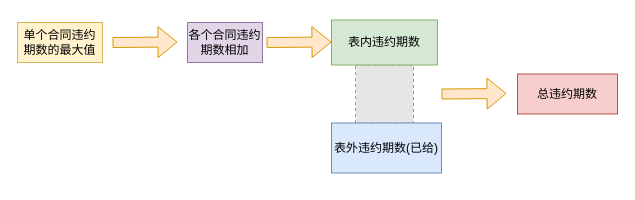
Above: 银行3.drawio in ThinkingXuan/draw (draw.io), before the change. Source tidied: cells renumbered, new cells numbered last; positions are measured from the earlier drawing's top-left corner, leaving out a move shared by most shapes. Both pictures are drawn from the tidied source at 100%, with x=0, y=0 at pixel (17, 20). Pictures stored in the file or linked from it are replaced by grey dashed boxes.
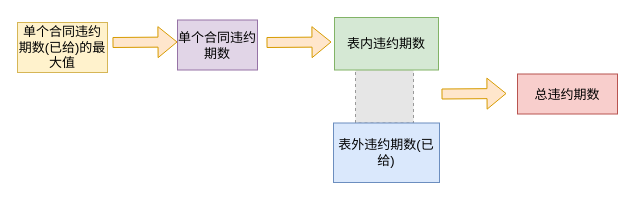
The same page after the edit.

Change to the diagram source:
```diff
@@
 <mxGraphModel>
   <root>
     <mxCell id="0" />
     <mxCell id="1" parent="0" />
-    <mxCell id="2" value="总违约期数" style="rounded=0;whiteSpace=wrap;html=1;fillColor=#f8cecc;strokeColor=#b85450;" parent="1" vertex="1">
+    <mxCell id="2" value="&lt;font style=&quot;font-size: 13px&quot;&gt;总违约期数&lt;/font&gt;" style="rounded=0;whiteSpace=wrap;html=1;fillColor=#f8cecc;strokeColor=#b85450;" parent="1" vertex="1">
       <mxGeometry x="500" y="53.5" width="100" height="40" as="geometry" />
     </mxCell>
     <mxCell id="3" style="fillColor=#E6E6E6;strokeColor=#999999;dashed=1;html=1;verticalAlign=top;verticalLabelPosition=bottom;labelBackgroundColor=#ffffff;" parent="1" vertex="1">
       <mxGeometry x="338" y="44.5" width="58" height="58" as="geometry" />
     </mxCell>
-    <mxCell id="4" value="表外违约期数(已给)" style="rounded=0;whiteSpace=wrap;html=1;fillColor=#dae8fc;strokeColor=#6c8ebf;" parent="1" vertex="1">
-      <mxGeometry x="314" y="102.5" width="110" height="50" as="geometry" />
+    <mxCell id="4" value="&lt;font style=&quot;font-size: 13px&quot;&gt;表外违约期数(已给)&lt;/font&gt;" style="rounded=0;whiteSpace=wrap;html=1;fillColor=#dae8fc;strokeColor=#6c8ebf;" parent="1" vertex="1">
+      <mxGeometry x="316" y="102.5" width="106" height="59.5" as="geometry" />
     </mxCell>
-    <mxCell id="5" value="表内违约期数" style="rounded=0;whiteSpace=wrap;html=1;fillColor=#d5e8d4;strokeColor=#82b366;" parent="1" vertex="1">
-      <mxGeometry x="314" y="-0.5" width="106" height="45" as="geometry" />
+    <mxCell id="5" value="&lt;font style=&quot;font-size: 13px&quot;&gt;表内违约期数&lt;/font&gt;" style="rounded=0;whiteSpace=wrap;html=1;fillColor=#d5e8d4;strokeColor=#82b366;" parent="1" vertex="1">
+      <mxGeometry x="317" y="-3" width="104" height="52.5" as="geometry" />
     </mxCell>
-    <mxCell id="6" value="各个合同违约期数相加" style="rounded=0;whiteSpace=wrap;html=1;fillColor=#e1d5e7;strokeColor=#9673a6;" parent="1" vertex="1">
-      <mxGeometry x="170" y="2" width="75" height="40" as="geometry" />
+    <mxCell id="6" value="&lt;font style=&quot;font-size: 13px&quot;&gt;单个合同违约期数&lt;/font&gt;" style="rounded=0;whiteSpace=wrap;html=1;fillColor=#e1d5e7;strokeColor=#9673a6;" parent="1" vertex="1">
+      <mxGeometry x="160" y="-0.5" width="80" height="50" as="geometry" />
     </mxCell>
-    <mxCell id="7" value="单个合同违约期数的最大值" style="rounded=0;whiteSpace=wrap;html=1;fillColor=#fff2cc;strokeColor=#d6b656;" parent="1" vertex="1">
-      <mxGeometry y="2" width="85" height="40" as="geometry" />
+    <mxCell id="7" value="&lt;font style=&quot;font-size: 13px&quot;&gt;单个合同违约期数(已给)的最大值&lt;/font&gt;" style="rounded=0;whiteSpace=wrap;html=1;fillColor=#fff2cc;strokeColor=#d6b656;" parent="1" vertex="1">
+      <mxGeometry y="2" width="90" height="50" as="geometry" />
     </mxCell>
     <mxCell id="8" style="shape=flexArrow;endArrow=classic;html=1;fillColor=#ffe6cc;strokeColor=#d79b00;" parent="1" edge="1">
       <mxGeometry relative="1" as="geometry">
         <mxPoint x="95" y="22" as="sourcePoint" />
         <mxPoint x="160" y="21.5" as="targetPoint" />
       </mxGeometry>
     </mxCell>
     <mxCell id="9" style="shape=flexArrow;endArrow=classic;html=1;fillColor=#ffe6cc;strokeColor=#d79b00;" parent="1" edge="1">
       <mxGeometry relative="1" as="geometry">
         <mxPoint x="249" y="22" as="sourcePoint" />
         <mxPoint x="314" y="21.5" as="targetPoint" />
       </mxGeometry>
     </mxCell>
     <mxCell id="10" style="shape=flexArrow;endArrow=classic;html=1;fillColor=#ffe6cc;strokeColor=#d79b00;" parent="1" edge="1">
       <mxGeometry relative="1" as="geometry">
         <mxPoint x="424" y="73.5" as="sourcePoint" />
         <mxPoint x="489" y="73" as="targetPoint" />
       </mxGeometry>
     </mxCell>
   </root>
 </mxGraphModel>
```
